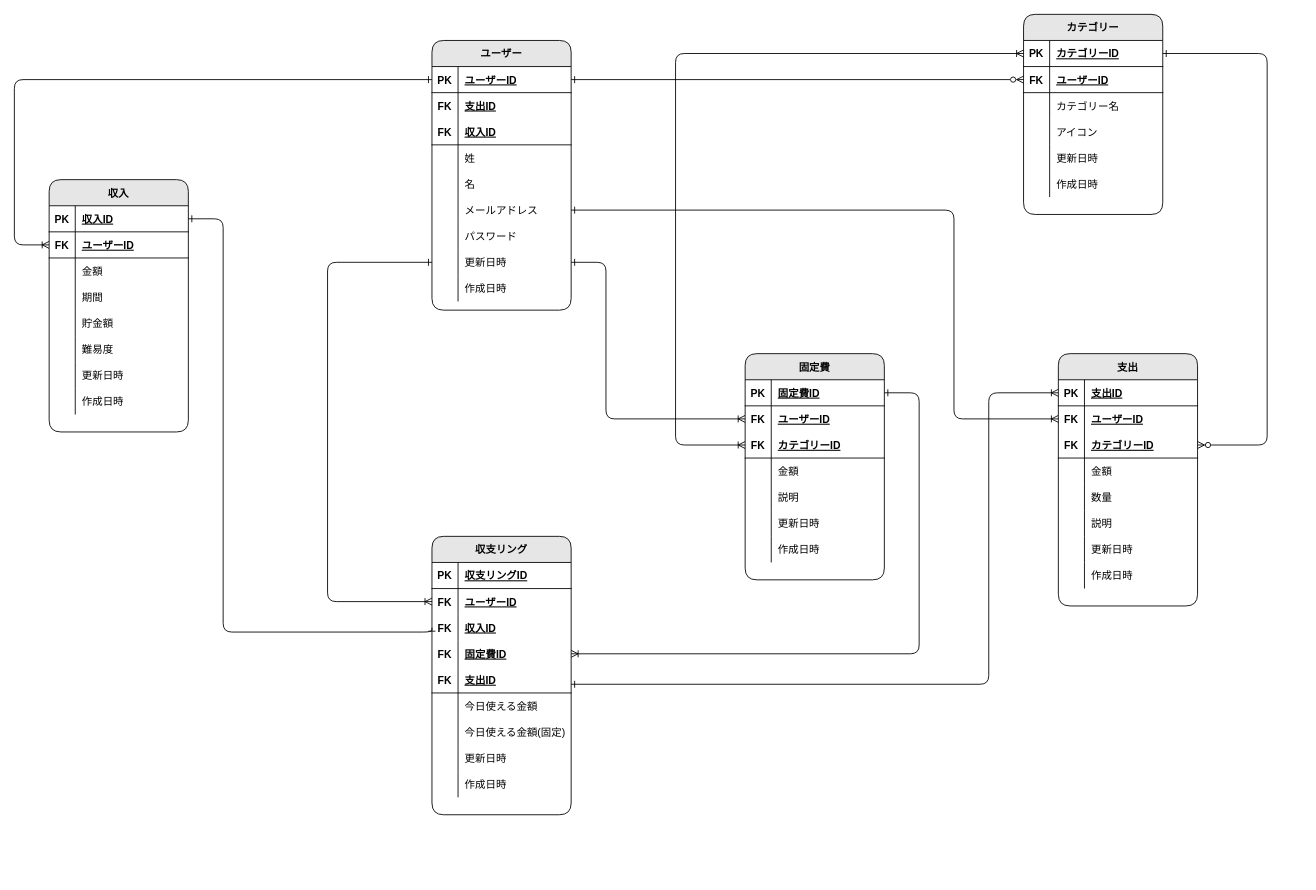
This is app/assets/document/ER_diagram/ER_config.dio from matthewkendrick/hoWseed, a draw.io file, before an edit. Source tidied: cells renumbered, new cells numbered last; positions are measured from the earlier drawing's top-left corner, leaving out a move shared by most shapes. Both pictures are drawn from the tidied source at 87%, with x=0, y=0 at pixel (-21, 14).
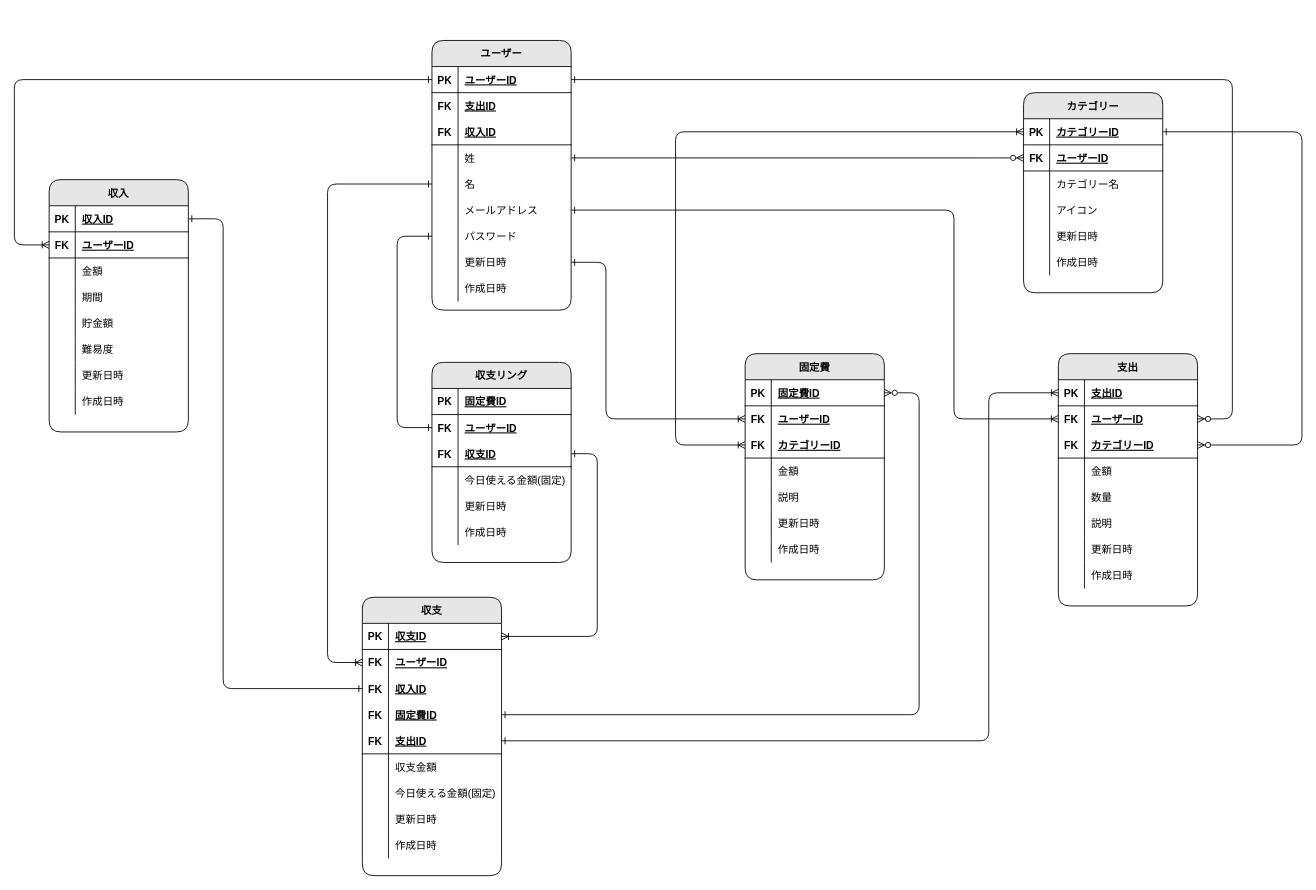
Above is the later version.

Unchanged cells that the change refers to:
```xml
<mxCell id="3" style="shape=partialRectangle;fillColor=none;top=0;left=0;bottom=1;right=0;points=[[0,0.5],[1,0.5]];portConstraint=eastwest;rounded=1;" parent="2" vertex="1">
  <mxGeometry y="30" width="160" height="30" as="geometry" />
</mxCell>
<mxCell id="12" style="shape=partialRectangle;fillColor=none;top=0;left=0;bottom=0;right=0;points=[[0,0.5],[1,0.5]];portConstraint=eastwest;rounded=1;" parent="2" vertex="1">
  <mxGeometry y="120" width="160" height="30" as="geometry" />
</mxCell>
<mxCell id="15" style="shape=partialRectangle;fillColor=none;top=0;left=0;bottom=0;right=0;points=[[0,0.5],[1,0.5]];portConstraint=eastwest;rounded=1;" parent="2" vertex="1">
  <mxGeometry y="150" width="160" height="30" as="geometry" />
</mxCell>
<mxCell id="21" style="shape=partialRectangle;fillColor=none;top=0;left=0;bottom=0;right=0;points=[[0,0.5],[1,0.5]];portConstraint=eastwest;rounded=1;" parent="2" vertex="1">
  <mxGeometry y="210" width="160" height="30" as="geometry" />
</mxCell>
<mxCell id="24" style="shape=partialRectangle;fillColor=none;top=0;left=0;bottom=0;right=0;points=[[0,0.5],[1,0.5]];portConstraint=eastwest;rounded=1;" parent="2" vertex="1">
  <mxGeometry y="240" width="160" height="30" as="geometry" />
</mxCell>
<mxCell id="31" style="shape=partialRectangle;fillColor=none;top=0;left=0;bottom=1;right=0;points=[[0,0.5],[1,0.5]];portConstraint=eastwest;rounded=1;" parent="30" vertex="1">
  <mxGeometry y="30" width="160" height="30" as="geometry" />
</mxCell>
<mxCell id="34" style="shape=partialRectangle;fillColor=none;top=0;left=0;bottom=1;right=0;points=[[0,0.5],[1,0.5]];portConstraint=eastwest;rounded=1;strokeColor=none;" parent="30" vertex="1">
  <mxGeometry y="60" width="160" height="30" as="geometry" />
</mxCell>
<mxCell id="37" style="shape=partialRectangle;fillColor=none;top=0;left=0;bottom=1;right=0;points=[[0,0.5],[1,0.5]];portConstraint=eastwest;rounded=1;" parent="30" vertex="1">
  <mxGeometry y="90" width="160" height="30" as="geometry" />
</mxCell>
<mxCell id="56" style="shape=partialRectangle;fillColor=none;top=0;left=0;bottom=1;right=0;points=[[0,0.5],[1,0.5]];portConstraint=eastwest;rounded=1;" parent="55" vertex="1">
  <mxGeometry y="30" width="160" height="30" as="geometry" />
</mxCell>
<mxCell id="59" style="shape=partialRectangle;fillColor=none;top=0;left=0;bottom=1;right=0;points=[[0,0.5],[1,0.5]];portConstraint=eastwest;rounded=1;" parent="55" vertex="1">
  <mxGeometry y="60" width="160" height="30" as="geometry" />
</mxCell>
<mxCell id="75" style="shape=partialRectangle;fillColor=none;top=0;left=0;bottom=1;right=0;points=[[0,0.5],[1,0.5]];portConstraint=eastwest;rounded=1;" parent="74" vertex="1">
  <mxGeometry y="30" width="160" height="30" as="geometry" />
</mxCell>
<mxCell id="78" style="shape=partialRectangle;fillColor=none;top=0;left=0;bottom=1;right=0;points=[[0,0.5],[1,0.5]];portConstraint=eastwest;rounded=1;strokeColor=none;" parent="74" vertex="1">
  <mxGeometry y="60" width="160" height="30" as="geometry" />
</mxCell>
<mxCell id="81" style="shape=partialRectangle;fillColor=none;top=0;left=0;bottom=1;right=0;points=[[0,0.5],[1,0.5]];portConstraint=eastwest;rounded=1;strokeColor=none;" parent="74" vertex="1">
  <mxGeometry y="90" width="160" height="30" as="geometry" />
</mxCell>
<mxCell id="84" style="shape=partialRectangle;fillColor=none;top=0;left=0;bottom=1;right=0;points=[[0,0.5],[1,0.5]];portConstraint=eastwest;rounded=1;strokeColor=none;" parent="74" vertex="1">
  <mxGeometry y="120" width="160" height="30" as="geometry" />
</mxCell>
<mxCell id="87" style="shape=partialRectangle;fillColor=none;top=0;left=0;bottom=1;right=0;points=[[0,0.5],[1,0.5]];portConstraint=eastwest;rounded=1;strokeColor=default;" parent="74" vertex="1">
  <mxGeometry y="150" width="160" height="30" as="geometry" />
</mxCell>
<mxCell id="90" style="shape=partialRectangle;fillColor=none;top=0;left=0;bottom=0;right=0;rounded=1;" parent="74" vertex="1">
  <mxGeometry y="180" width="160" height="30" as="geometry" />
</mxCell>
<mxCell id="103" style="shape=partialRectangle;fillColor=none;top=0;left=0;bottom=1;right=0;points=[[0,0.5],[1,0.5]];portConstraint=eastwest;rounded=1;" parent="102" vertex="1">
  <mxGeometry y="30" width="160" height="30" as="geometry" />
</mxCell>
<mxCell id="131" style="shape=partialRectangle;fillColor=none;top=0;left=0;bottom=1;right=0;points=[[0,0.5],[1,0.5]];portConstraint=eastwest;rounded=1;" parent="130" vertex="1">
  <mxGeometry y="30" width="160" height="30" as="geometry" />
</mxCell>
<mxCell id="137" style="shape=partialRectangle;fillColor=none;top=0;left=0;bottom=1;right=0;points=[[0,0.5],[1,0.5]];portConstraint=eastwest;rounded=1;" parent="130" vertex="1">
  <mxGeometry y="90" width="160" height="30" as="geometry" />
</mxCell>
```

What changed in the source:
```diff
@@
     <mxCell id="55" value="カテゴリー" style="shape=table;startSize=30;childLayout=tableLayout;rowLines=0;fontStyle=1;align=center;rounded=1;fillColor=#E6E6E6;" parent="1" vertex="1">
-      <mxGeometry x="1200" width="160" height="230" as="geometry" />
+      <mxGeometry x="1200" y="90" width="160" height="230" as="geometry" />
     </mxCell>
@@
-    <mxCell id="74" value="収支リング" style="shape=table;startSize=30;childLayout=tableLayout;rowLines=0;fontStyle=1;align=center;rounded=1;fillColor=#E6E6E6;" parent="1" vertex="1">
-      <mxGeometry x="520" y="600" width="160" height="320" as="geometry" />
+    <mxCell id="74" value="収支" style="shape=table;startSize=30;childLayout=tableLayout;rowLines=0;fontStyle=1;align=center;rounded=1;fillColor=#E6E6E6;" parent="1" vertex="1">
+      <mxGeometry x="440" y="670" width="160" height="320" as="geometry" />
     </mxCell>
@@
-    <mxCell id="77" value="収支リングID" style="shape=partialRectangle;fillColor=none;top=0;left=0;bottom=0;right=0;align=left;spacingLeft=6;fontStyle=5;overflow=hidden;rounded=1;" parent="75" vertex="1">
+    <mxCell id="77" value="収支ID" style="shape=partialRectangle;fillColor=none;top=0;left=0;bottom=0;right=0;align=left;spacingLeft=6;fontStyle=5;overflow=hidden;rounded=1;" parent="75" vertex="1">
       <mxGeometry x="30" width="130" height="30" as="geometry" />
     </mxCell>
@@
-    <mxCell id="92" value="今日使える金額" style="shape=partialRectangle;fillColor=none;top=0;left=0;bottom=0;right=0;align=left;spacingLeft=6;overflow=hidden;rounded=1;" parent="90" vertex="1">
+    <mxCell id="92" value="収支金額" style="shape=partialRectangle;fillColor=none;top=0;left=0;bottom=0;right=0;align=left;spacingLeft=6;overflow=hidden;rounded=1;" parent="90" vertex="1">
       <mxGeometry x="30" width="130" height="30" as="geometry" />
     </mxCell>
@@
-    <mxCell id="129" style="edgeStyle=orthogonalEdgeStyle;html=1;startArrow=ERone;startFill=0;endArrow=ERzeroToMany;endFill=0;exitX=1;exitY=0.5;exitDx=0;exitDy=0;entryX=0;entryY=0.5;entryDx=0;entryDy=0;" parent="1" edge="1" source="3" target="59">
+    <mxCell id="129" style="edgeStyle=orthogonalEdgeStyle;html=1;startArrow=ERone;startFill=0;endArrow=ERzeroToMany;endFill=0;exitX=1;exitY=0.5;exitDx=0;exitDy=0;entryX=0;entryY=0.5;entryDx=0;entryDy=0;" parent="1" edge="1" source="12" target="59">
       <mxGeometry relative="1" as="geometry">
         <Array as="points">
-          <mxPoint x="1200" y="75" />
+          <mxPoint x="1160" y="165" />
+          <mxPoint x="1160" y="165" />
         </Array>
       </mxGeometry>
     </mxCell>
@@
-    <mxCell id="152" style="edgeStyle=orthogonalEdgeStyle;html=1;entryX=0;entryY=0.5;entryDx=0;entryDy=0;startArrow=ERone;startFill=0;endArrow=ERoneToMany;endFill=0;" parent="1" edge="1" source="87" target="31">
+    <mxCell id="152" style="edgeStyle=orthogonalEdgeStyle;html=1;entryX=0;entryY=0.5;entryDx=0;entryDy=0;startArrow=ERone;startFill=0;endArrow=ERoneToMany;endFill=0;exitX=1;exitY=0.5;exitDx=0;exitDy=0;" parent="1" edge="1" source="87" target="31">
       <mxGeometry relative="1" as="geometry">
         <Array as="points">
-          <mxPoint x="1160" y="770" />
+          <mxPoint x="1160" y="835" />
           <mxPoint x="1160" y="435" />
         </Array>
       </mxGeometry>
     </mxCell>
     <mxCell id="153" style="edgeStyle=orthogonalEdgeStyle;html=1;startArrow=ERone;startFill=0;endArrow=ERone;endFill=0;exitX=1;exitY=0.5;exitDx=0;exitDy=0;entryX=0;entryY=0.5;entryDx=0;entryDy=0;" parent="1" edge="1" source="103" target="81">
       <mxGeometry relative="1" as="geometry">
         <Array as="points">
           <mxPoint x="280" y="235" />
-          <mxPoint x="280" y="710" />
-          <mxPoint x="520" y="710" />
+          <mxPoint x="280" y="775" />
         </Array>
       </mxGeometry>
     </mxCell>
     <mxCell id="154" style="edgeStyle=orthogonalEdgeStyle;html=1;startArrow=ERone;startFill=0;endArrow=ERzeroToMany;endFill=0;exitX=1;exitY=0.5;exitDx=0;exitDy=0;entryX=1;entryY=0.5;entryDx=0;entryDy=0;" parent="1" edge="1" source="56" target="37">
       <mxGeometry relative="1" as="geometry">
         <Array as="points">
-          <mxPoint x="1480" y="45" />
-          <mxPoint x="1480" y="495" />
+          <mxPoint x="1520" y="135" />
+          <mxPoint x="1520" y="495" />
         </Array>
       </mxGeometry>
     </mxCell>
-    <mxCell id="155" style="edgeStyle=orthogonalEdgeStyle;html=1;startArrow=ERone;startFill=0;endArrow=ERoneToMany;endFill=0;exitX=1;exitY=0.5;exitDx=0;exitDy=0;entryX=1;entryY=0.5;entryDx=0;entryDy=0;" parent="1" edge="1" source="131" target="84">
+    <mxCell id="155" style="edgeStyle=orthogonalEdgeStyle;html=1;startArrow=ERzeroToMany;startFill=0;endArrow=ERone;endFill=0;exitX=1;exitY=0.5;exitDx=0;exitDy=0;entryX=1;entryY=0.5;entryDx=0;entryDy=0;" parent="1" edge="1" source="131" target="84">
       <mxGeometry relative="1" as="geometry">
         <Array as="points">
           <mxPoint x="1080" y="435" />
-          <mxPoint x="1080" y="735" />
+          <mxPoint x="1080" y="805" />
         </Array>
       </mxGeometry>
     </mxCell>
@@
-    <mxCell id="157" style="edgeStyle=elbowEdgeStyle;elbow=horizontal;endArrow=ERoneToMany;html=1;startArrow=ERone;startFill=0;endFill=0;entryX=0;entryY=0.5;entryDx=0;entryDy=0;exitX=0;exitY=0.5;exitDx=0;exitDy=0;" parent="1" edge="1" source="24" target="78">
+    <mxCell id="157" style="edgeStyle=elbowEdgeStyle;elbow=horizontal;endArrow=ERoneToMany;html=1;startArrow=ERone;startFill=0;endFill=0;entryX=0;entryY=0.5;entryDx=0;entryDy=0;exitX=0;exitY=0.5;exitDx=0;exitDy=0;" parent="1" edge="1" source="15" target="78">
       <mxGeometry relative="1" as="geometry">
         <Array as="points">
+          <mxPoint x="400" y="195" />
+          <mxPoint x="400" y="360" />
+          <mxPoint x="440" y="470" />
+          <mxPoint x="320" y="540" />
           <mxPoint x="400" y="520" />
           <mxPoint x="320" y="390" />
           <mxPoint x="460" y="345" />
           <mxPoint x="490" y="445" />
           <mxPoint x="510" y="475" />
           <mxPoint x="550" y="635" />
           <mxPoint x="510" y="615" />
           <mxPoint x="710" y="655" />
           <mxPoint x="1030" y="785" />
           <mxPoint x="1030" y="855" />
           <mxPoint x="1040" y="825" />
           <mxPoint x="1040" y="515" />
           <mxPoint x="1000" y="495" />
           <mxPoint x="1600" y="815" />
           <mxPoint x="1210" y="690" />
         </Array>
       </mxGeometry>
     </mxCell>
     <mxCell id="158" style="edgeStyle=orthogonalEdgeStyle;html=1;exitX=0;exitY=0.5;exitDx=0;exitDy=0;entryX=0;entryY=0.5;entryDx=0;entryDy=0;endArrow=ERoneToMany;endFill=0;startArrow=ERoneToMany;startFill=0;" parent="1" edge="1" source="137" target="56">
       <mxGeometry relative="1" as="geometry">
         <Array as="points">
           <mxPoint x="800" y="495" />
-          <mxPoint x="800" y="45" />
+          <mxPoint x="800" y="135" />
         </Array>
       </mxGeometry>
     </mxCell>
+    <mxCell id="159" value="収支リング" style="shape=table;startSize=30;childLayout=tableLayout;rowLines=0;fontStyle=1;align=center;rounded=1;fillColor=#E6E6E6;" parent="1" vertex="1">
+      <mxGeometry x="520" y="400" width="160" height="230" as="geometry" />
+    </mxCell>
+    <mxCell id="160" style="shape=partialRectangle;fillColor=none;top=0;left=0;bottom=1;right=0;rounded=1;" parent="159" vertex="1">
+      <mxGeometry y="30" width="160" height="30" as="geometry" />
+    </mxCell>
+    <mxCell id="161" value="PK" style="shape=partialRectangle;fillColor=none;top=0;left=0;bottom=0;right=0;fontStyle=1;overflow=hidden;rounded=1;" parent="160" vertex="1">
+      <mxGeometry width="30" height="30" as="geometry" />
+    </mxCell>
+    <mxCell id="162" value="固定費ID" style="shape=partialRectangle;fillColor=none;top=0;left=0;bottom=0;right=0;align=left;spacingLeft=6;fontStyle=5;overflow=hidden;rounded=1;" parent="160" vertex="1">
+      <mxGeometry x="30" width="130" height="30" as="geometry" />
+    </mxCell>
+    <mxCell id="163" style="shape=partialRectangle;fillColor=none;top=0;left=0;bottom=1;right=0;points=[[0,0.5],[1,0.5]];portConstraint=eastwest;rounded=1;strokeColor=none;" parent="159" vertex="1">
+      <mxGeometry y="60" width="160" height="30" as="geometry" />
+    </mxCell>
+    <mxCell id="164" value="FK" style="shape=partialRectangle;fillColor=none;top=0;left=0;bottom=0;right=0;fontStyle=1;overflow=hidden;rounded=1;" parent="163" vertex="1">
+      <mxGeometry width="30" height="30" as="geometry" />
+    </mxCell>
+    <mxCell id="165" value="ユーザーID" style="shape=partialRectangle;fillColor=none;top=0;left=0;bottom=0;right=0;align=left;spacingLeft=6;fontStyle=5;overflow=hidden;rounded=1;strokeColor=none;" parent="163" vertex="1">
+      <mxGeometry x="30" width="130" height="30" as="geometry" />
+    </mxCell>
+    <mxCell id="166" style="shape=partialRectangle;fillColor=none;top=0;left=0;bottom=1;right=0;points=[[0,0.5],[1,0.5]];portConstraint=eastwest;rounded=1;" parent="159" vertex="1">
+      <mxGeometry y="90" width="160" height="30" as="geometry" />
+    </mxCell>
+    <mxCell id="167" value="FK" style="shape=partialRectangle;fillColor=none;top=0;left=0;bottom=0;right=0;fontStyle=1;overflow=hidden;rounded=1;" parent="166" vertex="1">
+      <mxGeometry width="30" height="30" as="geometry" />
+    </mxCell>
+    <mxCell id="168" value="収支ID" style="shape=partialRectangle;fillColor=none;top=0;left=0;bottom=0;right=0;align=left;spacingLeft=6;fontStyle=5;overflow=hidden;rounded=1;" parent="166" vertex="1">
+      <mxGeometry x="30" width="130" height="30" as="geometry" />
+    </mxCell>
+    <mxCell id="169" style="shape=partialRectangle;fillColor=none;top=0;left=0;bottom=0;right=0;rounded=1;" parent="159" vertex="1">
+      <mxGeometry y="120" width="160" height="30" as="geometry" />
+    </mxCell>
+    <mxCell id="170" style="shape=partialRectangle;fillColor=none;top=0;left=0;bottom=0;right=0;overflow=hidden;rounded=1;" parent="169" vertex="1">
+      <mxGeometry width="30" height="30" as="geometry" />
+    </mxCell>
+    <mxCell id="171" value="今日使える金額(固定)" style="shape=partialRectangle;fillColor=none;top=0;left=0;bottom=0;right=0;align=left;spacingLeft=6;overflow=hidden;rounded=1;" parent="169" vertex="1">
+      <mxGeometry x="30" width="130" height="30" as="geometry" />
+    </mxCell>
+    <mxCell id="172" style="shape=partialRectangle;fillColor=none;top=0;left=0;bottom=0;right=0;rounded=1;" parent="159" vertex="1">
+      <mxGeometry y="150" width="160" height="30" as="geometry" />
+    </mxCell>
+    <mxCell id="173" style="shape=partialRectangle;fillColor=none;top=0;left=0;bottom=0;right=0;overflow=hidden;rounded=1;" parent="172" vertex="1">
+      <mxGeometry width="30" height="30" as="geometry" />
+    </mxCell>
+    <mxCell id="174" value="更新日時" style="shape=partialRectangle;fillColor=none;top=0;left=0;bottom=0;right=0;align=left;spacingLeft=6;overflow=hidden;rounded=1;" parent="172" vertex="1">
+      <mxGeometry x="30" width="130" height="30" as="geometry" />
+    </mxCell>
+    <mxCell id="175" style="shape=partialRectangle;fillColor=none;top=0;left=0;bottom=0;right=0;rounded=1;" parent="159" vertex="1">
+      <mxGeometry y="180" width="160" height="30" as="geometry" />
+    </mxCell>
+    <mxCell id="176" style="shape=partialRectangle;fillColor=none;top=0;left=0;bottom=0;right=0;overflow=hidden;rounded=1;" parent="175" vertex="1">
+      <mxGeometry width="30" height="30" as="geometry" />
+    </mxCell>
+    <mxCell id="177" value="作成日時" style="shape=partialRectangle;fillColor=none;top=0;left=0;bottom=0;right=0;align=left;spacingLeft=6;overflow=hidden;rounded=1;" parent="175" vertex="1">
+      <mxGeometry x="30" width="130" height="30" as="geometry" />
+    </mxCell>
+    <mxCell id="178" style="edgeStyle=elbowEdgeStyle;elbow=horizontal;endArrow=ERone;html=1;startArrow=ERone;startFill=0;endFill=0;entryX=0;entryY=0.5;entryDx=0;entryDy=0;exitX=0;exitY=0.5;exitDx=0;exitDy=0;" parent="1" edge="1" source="21" target="163">
+      <mxGeometry relative="1" as="geometry">
+        <Array as="points">
+          <mxPoint x="480" y="530" />
+          <mxPoint x="400" y="425" />
+          <mxPoint x="440" y="535" />
+          <mxPoint x="320" y="605" />
+          <mxPoint x="400" y="585" />
+          <mxPoint x="320" y="455" />
+          <mxPoint x="460" y="410" />
+          <mxPoint x="490" y="510" />
+          <mxPoint x="510" y="540" />
+          <mxPoint x="550" y="700" />
+          <mxPoint x="510" y="680" />
+          <mxPoint x="710" y="720" />
+          <mxPoint x="1030" y="850" />
+          <mxPoint x="1030" y="920" />
+          <mxPoint x="1040" y="890" />
+          <mxPoint x="1040" y="580" />
+          <mxPoint x="1000" y="560" />
+          <mxPoint x="1600" y="880" />
+          <mxPoint x="1210" y="755" />
+        </Array>
+      </mxGeometry>
+    </mxCell>
+    <mxCell id="179" style="edgeStyle=elbowEdgeStyle;elbow=horizontal;endArrow=ERoneToMany;html=1;startArrow=ERone;startFill=0;endFill=0;entryX=1;entryY=0.5;entryDx=0;entryDy=0;exitX=1;exitY=0.5;exitDx=0;exitDy=0;" parent="1" edge="1" source="166" target="75">
+      <mxGeometry relative="1" as="geometry">
+        <Array as="points">
+          <mxPoint x="710" y="795" />
+          <mxPoint x="630" y="690" />
+          <mxPoint x="670" y="800" />
+          <mxPoint x="550" y="870" />
+          <mxPoint x="630" y="850" />
+          <mxPoint x="550" y="720" />
+          <mxPoint x="690" y="675" />
+          <mxPoint x="720" y="775" />
+          <mxPoint x="740" y="805" />
+          <mxPoint x="780" y="965" />
+          <mxPoint x="740" y="945" />
+          <mxPoint x="940" y="985" />
+          <mxPoint x="1260" y="1115" />
+          <mxPoint x="1260" y="1185" />
+          <mxPoint x="1270" y="1155" />
+          <mxPoint x="1270" y="845" />
+          <mxPoint x="1230" y="825" />
+          <mxPoint x="1830" y="1145" />
+          <mxPoint x="1440" y="1020" />
+        </Array>
+      </mxGeometry>
+    </mxCell>
+    <mxCell id="180" style="edgeStyle=orthogonalEdgeStyle;html=1;startArrow=ERone;startFill=0;endArrow=ERzeroToMany;endFill=0;exitX=1;exitY=0.5;exitDx=0;exitDy=0;entryX=1;entryY=0.5;entryDx=0;entryDy=0;" parent="1" edge="1" source="3" target="34">
+      <mxGeometry relative="1" as="geometry">
+        <Array as="points">
+          <mxPoint x="1440" y="75" />
+          <mxPoint x="1440" y="465" />
+        </Array>
+      </mxGeometry>
+    </mxCell>
```
